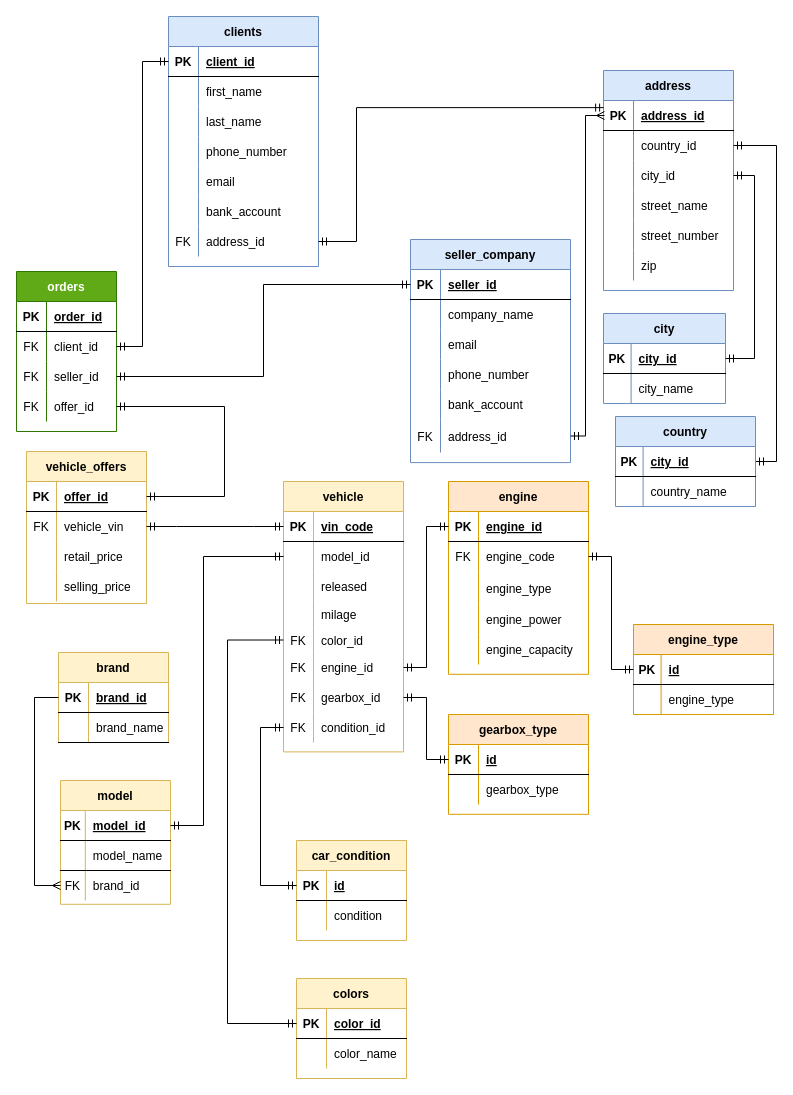
Above: page "ER logical" (1 of 6) of Car Marketplace.drawio in kstekels/Car-Marketplace (draw.io), before the change. Source tidied: cells renumbered, new cells numbered last; positions are measured from the earlier drawing's top-left corner, leaving out a move shared by most shapes. Both pictures are drawn from the tidied source at 100%, with x=0, y=0 at pixel (16, 16).
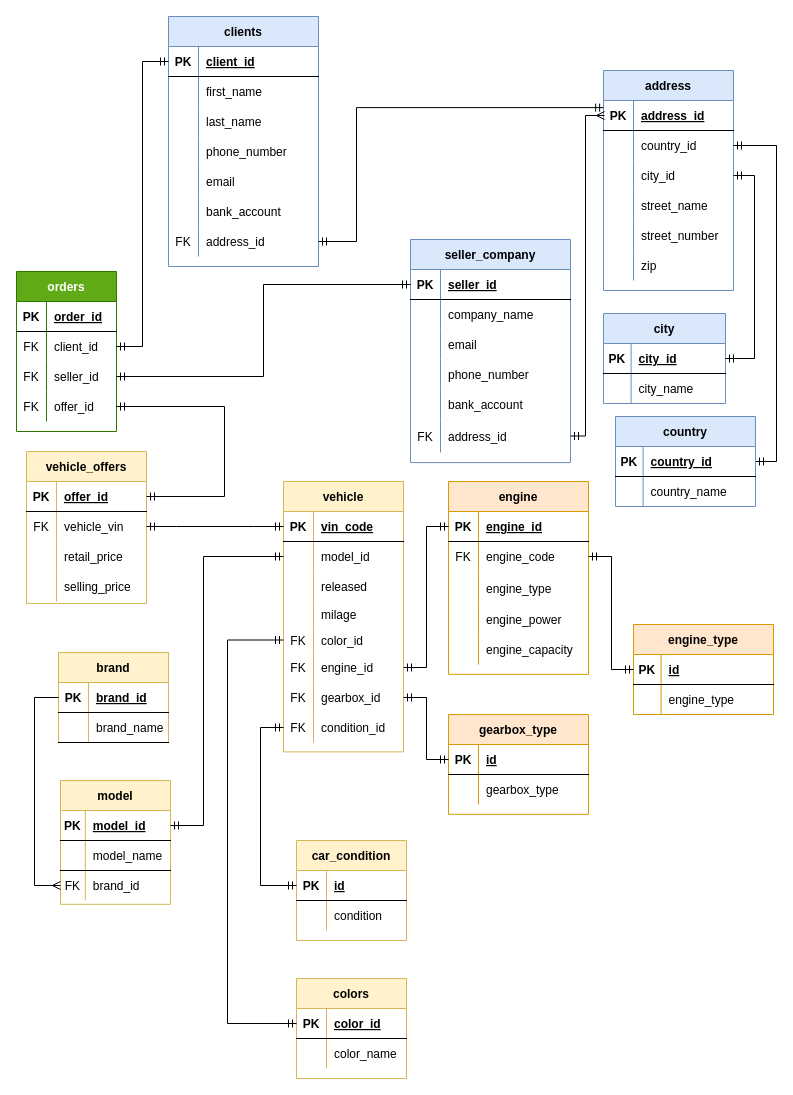
The same page after the edit.

The change refers to these unchanged cells:
```xml
<mxCell id="189" style="shape=partialRectangle;fillColor=none;top=0;left=0;bottom=1;right=0;points=[[0,0.5],[1,0.5]];portConstraint=eastwest;" parent="188" vertex="1">
  <mxGeometry y="30" width="140" height="30" as="geometry" />
</mxCell>
```

The edit, as a diff of the source:
```diff
@@
-    <mxCell id="191" value="city_id" style="shape=partialRectangle;fillColor=none;top=0;left=0;bottom=0;right=0;align=left;spacingLeft=6;fontStyle=5;overflow=hidden;" parent="189" vertex="1">
+    <mxCell id="191" value="country_id" style="shape=partialRectangle;fillColor=none;top=0;left=0;bottom=0;right=0;align=left;spacingLeft=6;fontStyle=5;overflow=hidden;" parent="189" vertex="1">
       <mxGeometry x="27.6" width="112.4" height="30" as="geometry" />
     </mxCell>
```
